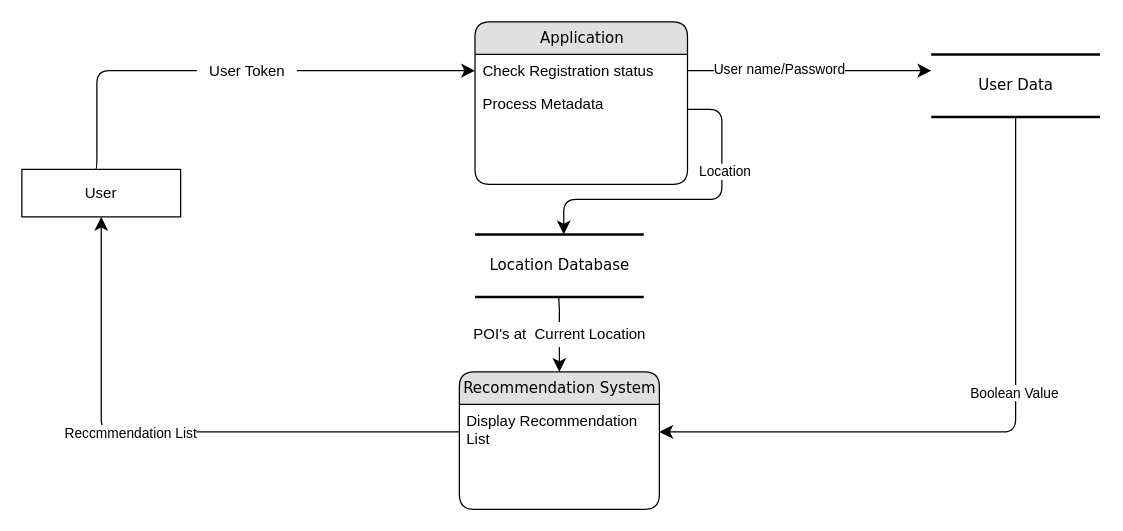
Before: Daw_0.drawio in Pey-crypto/LOCI, a draw.io diagram. Source tidied: cells renumbered, new cells numbered last; positions are measured from the earlier drawing's top-left corner, leaving out a move shared by most shapes. Both pictures are drawn from the tidied source at 125%, with x=0, y=0 at pixel (21, 21).
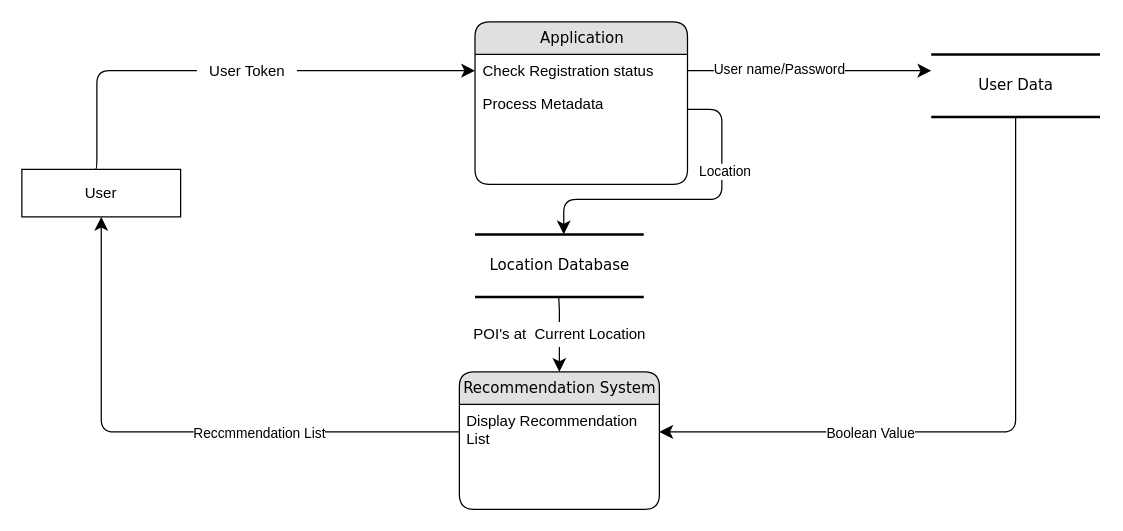
The same page after the edit.

Unchanged cells that the change refers to:
```xml
<mxCell id="6" value="Display Recommendation List" style="text;html=1;strokeColor=none;fillColor=none;spacingLeft=4;spacingRight=4;whiteSpace=wrap;overflow=hidden;points=[[0,0.5],[1,0.5]];portConstraint=eastwest;" parent="5" vertex="1">
  <mxGeometry y="26" width="160" height="44" as="geometry" />
</mxCell>
<mxCell id="7" value="User Data" style="html=1;rounded=0;shadow=0;comic=0;labelBackgroundColor=none;strokeWidth=2;fontFamily=Verdana;fontSize=12;align=center;shape=mxgraph.ios7ui.horLines;" parent="1" vertex="1">
  <mxGeometry x="727.5" y="26" width="135" height="50" as="geometry" />
</mxCell>
<mxCell id="18" style="edgeStyle=orthogonalEdgeStyle;html=1;labelBackgroundColor=none;startFill=0;startSize=8;endFill=1;endSize=8;fontFamily=Verdana;fontSize=12;entryX=0.5;entryY=1;entryDx=0;entryDy=0;exitX=0;exitY=0.5;exitDx=0;exitDy=0;" parent="1" edge="1" source="6" target="12">
  <mxGeometry x="-0.13" y="32" relative="1" as="geometry" />
</mxCell>
```

What changed in the source:
```diff
@@
-    <mxCell id="8" style="edgeStyle=orthogonalEdgeStyle;html=1;labelBackgroundColor=none;startFill=0;startSize=8;endFill=1;endSize=8;fontFamily=Verdana;fontSize=12;" parent="1" edge="1" source="7" target="6">
-      <mxGeometry x="-0.13" y="32" relative="1" as="geometry" />
+    <mxCell id="8" style="edgeStyle=orthogonalEdgeStyle;html=1;labelBackgroundColor=none;startFill=0;startSize=8;endFill=1;endSize=8;fontFamily=Verdana;fontSize=12;entryX=1;entryY=0.5;entryDx=0;entryDy=0;" parent="1" edge="1" source="7" target="6">
+      <mxGeometry x="-0.13" y="32" relative="1" as="geometry">
+        <Array as="points">
+          <mxPoint x="795" y="328" />
+        </Array>
+      </mxGeometry>
     </mxCell>
     <mxCell id="9" value="Boolean Value" style="edgeLabel;html=1;align=center;verticalAlign=middle;" parent="8" vertex="1">
       <mxGeometry x="0.06" y="-2" relative="1" as="geometry">
-        <mxPoint x="31" y="-30" as="offset" />
+        <mxPoint x="-84" y="2" as="offset" />
       </mxGeometry>
     </mxCell>
@@
     <mxCell id="19" value="Reccmmendation List" style="edgeLabel;html=1;align=center;verticalAlign=middle;" parent="18" vertex="1">
       <mxGeometry x="0.06" y="-2" relative="1" as="geometry">
-        <mxPoint x="-21" y="2" as="offset" />
+        <mxPoint x="82" y="2" as="offset" />
       </mxGeometry>
     </mxCell>
```
